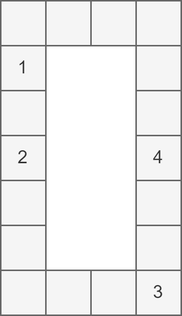
axiomofchoice-hjt/Axiomofchoice-hjt.github.io keeps this draw.io diagram as img/62c303-L14.drawio.png. Above is the earlier version. Source tidied: cells renumbered, new cells last; positions are measured from the earlier drawing's top-left corner, leaving out a move shared by most shapes. The source it was exported from:
```xml
<mxGraphModel background="#ffffff">
  <root>
    <mxCell id="0" />
    <mxCell id="1" parent="0" />
    <mxCell id="2" style="rounded=0;whiteSpace=wrap;html=1;fillColor=#f5f5f5;fontColor=#333333;strokeColor=#666666;" parent="1" vertex="1">
      <mxGeometry width="30" height="30" as="geometry" />
    </mxCell>
    <mxCell id="3" style="rounded=0;whiteSpace=wrap;html=1;fillColor=#f5f5f5;fontColor=#333333;strokeColor=#666666;" parent="1" vertex="1">
      <mxGeometry x="30" width="30" height="30" as="geometry" />
    </mxCell>
    <mxCell id="4" style="rounded=0;whiteSpace=wrap;html=1;fillColor=#f5f5f5;fontColor=#333333;strokeColor=#666666;" parent="1" vertex="1">
      <mxGeometry x="60" width="30" height="30" as="geometry" />
    </mxCell>
    <mxCell id="5" style="rounded=0;whiteSpace=wrap;html=1;fillColor=#f5f5f5;fontColor=#333333;strokeColor=#666666;" parent="1" vertex="1">
      <mxGeometry x="90" width="30" height="30" as="geometry" />
    </mxCell>
    <mxCell id="6" value="1" style="rounded=0;whiteSpace=wrap;html=1;fillColor=#f5f5f5;fontColor=#333333;strokeColor=#666666;" parent="1" vertex="1">
      <mxGeometry y="30" width="30" height="30" as="geometry" />
    </mxCell>
    <mxCell id="7" style="rounded=0;whiteSpace=wrap;html=1;fillColor=#f5f5f5;fontColor=#333333;strokeColor=#666666;" parent="1" vertex="1">
      <mxGeometry x="90" y="30" width="30" height="30" as="geometry" />
    </mxCell>
    <mxCell id="8" style="rounded=0;whiteSpace=wrap;html=1;fillColor=#f5f5f5;fontColor=#333333;strokeColor=#666666;" parent="1" vertex="1">
      <mxGeometry y="60" width="30" height="30" as="geometry" />
    </mxCell>
    <mxCell id="9" style="rounded=0;whiteSpace=wrap;html=1;fillColor=#f5f5f5;fontColor=#333333;strokeColor=#666666;" parent="1" vertex="1">
      <mxGeometry x="90" y="60" width="30" height="30" as="geometry" />
    </mxCell>
    <mxCell id="10" value="2" style="rounded=0;whiteSpace=wrap;html=1;fillColor=#f5f5f5;fontColor=#333333;strokeColor=#666666;" parent="1" vertex="1">
      <mxGeometry y="90" width="30" height="30" as="geometry" />
    </mxCell>
    <mxCell id="11" value="4" style="rounded=0;whiteSpace=wrap;html=1;fillColor=#f5f5f5;fontColor=#333333;strokeColor=#666666;" parent="1" vertex="1">
      <mxGeometry x="90" y="90" width="30" height="30" as="geometry" />
    </mxCell>
    <mxCell id="12" style="rounded=0;whiteSpace=wrap;html=1;fillColor=#f5f5f5;fontColor=#333333;strokeColor=#666666;" parent="1" vertex="1">
      <mxGeometry y="120" width="30" height="30" as="geometry" />
    </mxCell>
    <mxCell id="13" style="rounded=0;whiteSpace=wrap;html=1;fillColor=#f5f5f5;fontColor=#333333;strokeColor=#666666;" parent="1" vertex="1">
      <mxGeometry y="150" width="30" height="30" as="geometry" />
    </mxCell>
    <mxCell id="14" style="rounded=0;whiteSpace=wrap;html=1;fillColor=#f5f5f5;fontColor=#333333;strokeColor=#666666;" parent="1" vertex="1">
      <mxGeometry y="180" width="30" height="30" as="geometry" />
    </mxCell>
    <mxCell id="15" style="rounded=0;whiteSpace=wrap;html=1;fillColor=#f5f5f5;fontColor=#333333;strokeColor=#666666;" parent="1" vertex="1">
      <mxGeometry x="90" y="120" width="30" height="30" as="geometry" />
    </mxCell>
    <mxCell id="16" style="rounded=0;whiteSpace=wrap;html=1;fillColor=#f5f5f5;fontColor=#333333;strokeColor=#666666;" parent="1" vertex="1">
      <mxGeometry x="90" y="150" width="30" height="30" as="geometry" />
    </mxCell>
    <mxCell id="17" value="3" style="rounded=0;whiteSpace=wrap;html=1;fillColor=#f5f5f5;fontColor=#333333;strokeColor=#666666;" parent="1" vertex="1">
      <mxGeometry x="90" y="180" width="30" height="30" as="geometry" />
    </mxCell>
    <mxCell id="18" style="rounded=0;whiteSpace=wrap;html=1;fillColor=#f5f5f5;fontColor=#333333;strokeColor=#666666;" parent="1" vertex="1">
      <mxGeometry x="30" y="180" width="30" height="30" as="geometry" />
    </mxCell>
    <mxCell id="19" style="rounded=0;whiteSpace=wrap;html=1;fillColor=#f5f5f5;fontColor=#333333;strokeColor=#666666;" parent="1" vertex="1">
      <mxGeometry x="60" y="180" width="30" height="30" as="geometry" />
    </mxCell>
  </root>
</mxGraphModel>
```
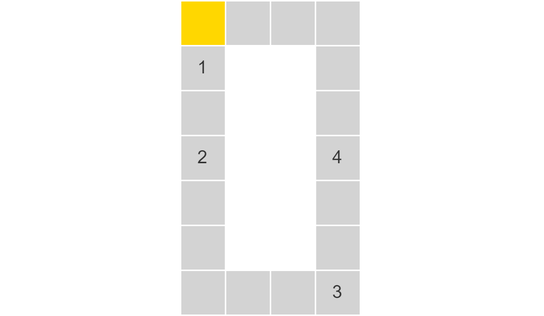
The same file after the commit.

Diff of the diagram source:
```diff
@@ -2,58 +2,64 @@
   <root>
     <mxCell id="0" />
     <mxCell id="1" parent="0" />
+    <mxCell id="20" style="endArrow=none;dashed=1;html=1;strokeColor=#FFFFFF;" parent="1" edge="1">
+      <mxGeometry relative="1" as="geometry">
+        <mxPoint x="-120" as="sourcePoint" />
+        <mxPoint x="240" as="targetPoint" />
+      </mxGeometry>
+    </mxCell>
-    <mxCell id="2" style="rounded=0;whiteSpace=wrap;html=1;fillColor=#f5f5f5;fontColor=#333333;strokeColor=#666666;" parent="1" vertex="1">
+    <mxCell id="2" style="rounded=0;whiteSpace=wrap;html=1;fillColor=#ffd700;fontColor=#333333;strokeColor=#ffffff;" parent="1" vertex="1">
       <mxGeometry width="30" height="30" as="geometry" />
     </mxCell>
-    <mxCell id="3" style="rounded=0;whiteSpace=wrap;html=1;fillColor=#f5f5f5;fontColor=#333333;strokeColor=#666666;" parent="1" vertex="1">
+    <mxCell id="3" style="rounded=0;whiteSpace=wrap;html=1;fillColor=#d3d3d3;fontColor=#333333;strokeColor=#ffffff;" parent="1" vertex="1">
       <mxGeometry x="30" width="30" height="30" as="geometry" />
     </mxCell>
-    <mxCell id="4" style="rounded=0;whiteSpace=wrap;html=1;fillColor=#f5f5f5;fontColor=#333333;strokeColor=#666666;" parent="1" vertex="1">
+    <mxCell id="4" style="rounded=0;whiteSpace=wrap;html=1;fillColor=#d3d3d3;fontColor=#333333;strokeColor=#ffffff;" parent="1" vertex="1">
       <mxGeometry x="60" width="30" height="30" as="geometry" />
     </mxCell>
-    <mxCell id="5" style="rounded=0;whiteSpace=wrap;html=1;fillColor=#f5f5f5;fontColor=#333333;strokeColor=#666666;" parent="1" vertex="1">
+    <mxCell id="5" style="rounded=0;whiteSpace=wrap;html=1;fillColor=#d3d3d3;fontColor=#333333;strokeColor=#ffffff;" parent="1" vertex="1">
       <mxGeometry x="90" width="30" height="30" as="geometry" />
     </mxCell>
-    <mxCell id="6" value="1" style="rounded=0;whiteSpace=wrap;html=1;fillColor=#f5f5f5;fontColor=#333333;strokeColor=#666666;" parent="1" vertex="1">
+    <mxCell id="6" value="1" style="rounded=0;whiteSpace=wrap;html=1;fillColor=#d3d3d3;fontColor=#333333;strokeColor=#ffffff;" parent="1" vertex="1">
       <mxGeometry y="30" width="30" height="30" as="geometry" />
     </mxCell>
-    <mxCell id="7" style="rounded=0;whiteSpace=wrap;html=1;fillColor=#f5f5f5;fontColor=#333333;strokeColor=#666666;" parent="1" vertex="1">
+    <mxCell id="7" style="rounded=0;whiteSpace=wrap;html=1;fillColor=#d3d3d3;fontColor=#333333;strokeColor=#ffffff;" parent="1" vertex="1">
       <mxGeometry x="90" y="30" width="30" height="30" as="geometry" />
     </mxCell>
-    <mxCell id="8" style="rounded=0;whiteSpace=wrap;html=1;fillColor=#f5f5f5;fontColor=#333333;strokeColor=#666666;" parent="1" vertex="1">
+    <mxCell id="8" style="rounded=0;whiteSpace=wrap;html=1;fillColor=#d3d3d3;fontColor=#333333;strokeColor=#ffffff;" parent="1" vertex="1">
       <mxGeometry y="60" width="30" height="30" as="geometry" />
     </mxCell>
-    <mxCell id="9" style="rounded=0;whiteSpace=wrap;html=1;fillColor=#f5f5f5;fontColor=#333333;strokeColor=#666666;" parent="1" vertex="1">
+    <mxCell id="9" style="rounded=0;whiteSpace=wrap;html=1;fillColor=#d3d3d3;fontColor=#333333;strokeColor=#ffffff;" parent="1" vertex="1">
       <mxGeometry x="90" y="60" width="30" height="30" as="geometry" />
     </mxCell>
-    <mxCell id="10" value="2" style="rounded=0;whiteSpace=wrap;html=1;fillColor=#f5f5f5;fontColor=#333333;strokeColor=#666666;" parent="1" vertex="1">
+    <mxCell id="10" value="2" style="rounded=0;whiteSpace=wrap;html=1;fillColor=#d3d3d3;fontColor=#333333;strokeColor=#ffffff;" parent="1" vertex="1">
       <mxGeometry y="90" width="30" height="30" as="geometry" />
     </mxCell>
-    <mxCell id="11" value="4" style="rounded=0;whiteSpace=wrap;html=1;fillColor=#f5f5f5;fontColor=#333333;strokeColor=#666666;" parent="1" vertex="1">
+    <mxCell id="11" value="4" style="rounded=0;whiteSpace=wrap;html=1;fillColor=#d3d3d3;fontColor=#333333;strokeColor=#ffffff;" parent="1" vertex="1">
       <mxGeometry x="90" y="90" width="30" height="30" as="geometry" />
     </mxCell>
-    <mxCell id="12" style="rounded=0;whiteSpace=wrap;html=1;fillColor=#f5f5f5;fontColor=#333333;strokeColor=#666666;" parent="1" vertex="1">
+    <mxCell id="12" style="rounded=0;whiteSpace=wrap;html=1;fillColor=#d3d3d3;fontColor=#333333;strokeColor=#ffffff;" parent="1" vertex="1">
       <mxGeometry y="120" width="30" height="30" as="geometry" />
     </mxCell>
-    <mxCell id="13" style="rounded=0;whiteSpace=wrap;html=1;fillColor=#f5f5f5;fontColor=#333333;strokeColor=#666666;" parent="1" vertex="1">
+    <mxCell id="13" style="rounded=0;whiteSpace=wrap;html=1;fillColor=#d3d3d3;fontColor=#333333;strokeColor=#ffffff;" parent="1" vertex="1">
       <mxGeometry y="150" width="30" height="30" as="geometry" />
     </mxCell>
-    <mxCell id="14" style="rounded=0;whiteSpace=wrap;html=1;fillColor=#f5f5f5;fontColor=#333333;strokeColor=#666666;" parent="1" vertex="1">
+    <mxCell id="14" style="rounded=0;whiteSpace=wrap;html=1;fillColor=#d3d3d3;fontColor=#333333;strokeColor=#ffffff;" parent="1" vertex="1">
       <mxGeometry y="180" width="30" height="30" as="geometry" />
     </mxCell>
-    <mxCell id="15" style="rounded=0;whiteSpace=wrap;html=1;fillColor=#f5f5f5;fontColor=#333333;strokeColor=#666666;" parent="1" vertex="1">
+    <mxCell id="15" style="rounded=0;whiteSpace=wrap;html=1;fillColor=#d3d3d3;fontColor=#333333;strokeColor=#ffffff;" parent="1" vertex="1">
       <mxGeometry x="90" y="120" width="30" height="30" as="geometry" />
     </mxCell>
-    <mxCell id="16" style="rounded=0;whiteSpace=wrap;html=1;fillColor=#f5f5f5;fontColor=#333333;strokeColor=#666666;" parent="1" vertex="1">
+    <mxCell id="16" style="rounded=0;whiteSpace=wrap;html=1;fillColor=#d3d3d3;fontColor=#333333;strokeColor=#ffffff;" parent="1" vertex="1">
       <mxGeometry x="90" y="150" width="30" height="30" as="geometry" />
     </mxCell>
-    <mxCell id="17" value="3" style="rounded=0;whiteSpace=wrap;html=1;fillColor=#f5f5f5;fontColor=#333333;strokeColor=#666666;" parent="1" vertex="1">
+    <mxCell id="17" value="3" style="rounded=0;whiteSpace=wrap;html=1;fillColor=#d3d3d3;fontColor=#333333;strokeColor=#ffffff;" parent="1" vertex="1">
       <mxGeometry x="90" y="180" width="30" height="30" as="geometry" />
     </mxCell>
-    <mxCell id="18" style="rounded=0;whiteSpace=wrap;html=1;fillColor=#f5f5f5;fontColor=#333333;strokeColor=#666666;" parent="1" vertex="1">
+    <mxCell id="18" style="rounded=0;whiteSpace=wrap;html=1;fillColor=#d3d3d3;fontColor=#333333;strokeColor=#ffffff;" parent="1" vertex="1">
       <mxGeometry x="30" y="180" width="30" height="30" as="geometry" />
     </mxCell>
-    <mxCell id="19" style="rounded=0;whiteSpace=wrap;html=1;fillColor=#f5f5f5;fontColor=#333333;strokeColor=#666666;" parent="1" vertex="1">
+    <mxCell id="19" style="rounded=0;whiteSpace=wrap;html=1;fillColor=#d3d3d3;fontColor=#333333;strokeColor=#ffffff;" parent="1" vertex="1">
       <mxGeometry x="60" y="180" width="30" height="30" as="geometry" />
     </mxCell>
   </root>
```
